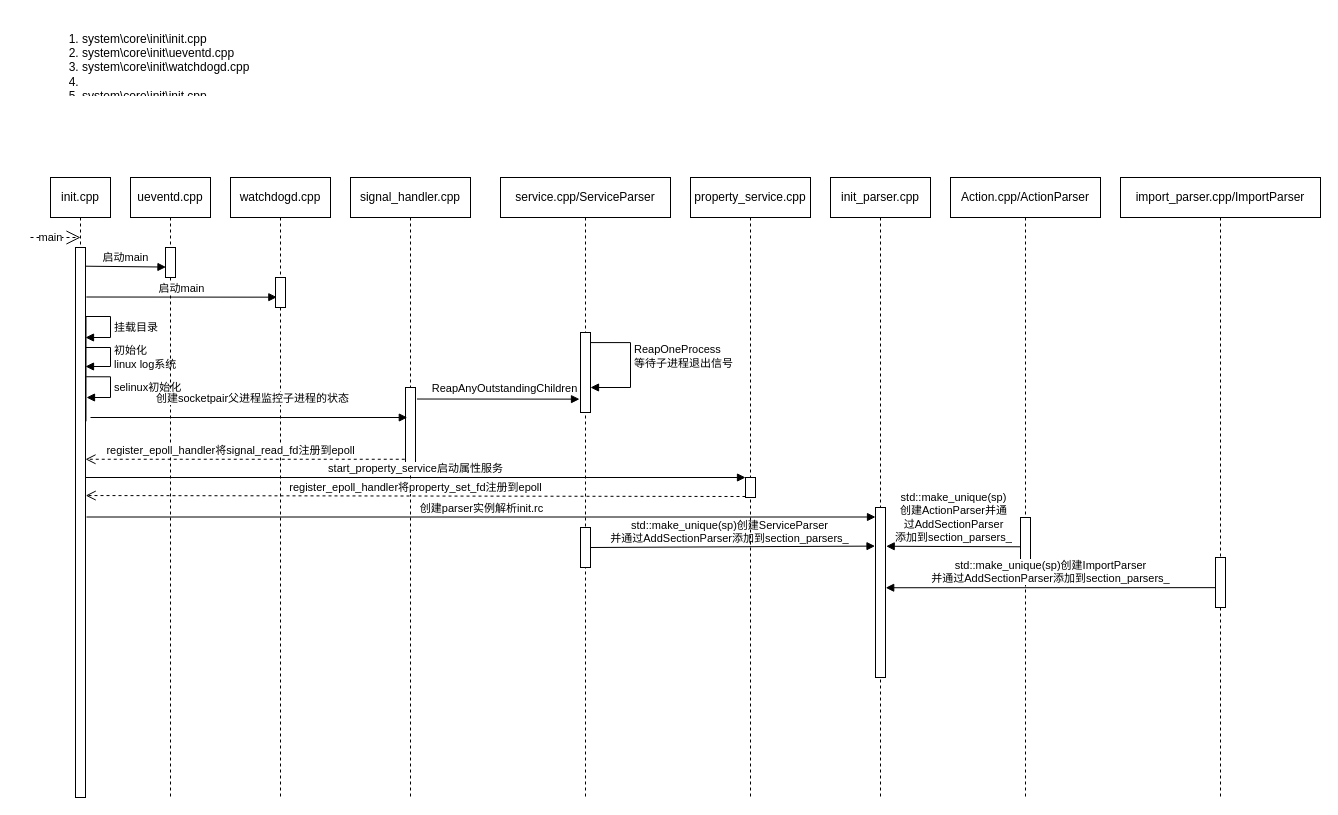
Before: init时序图_1.drawio in MUtopia2747/chart, a draw.io diagram. Source tidied: cells renumbered, new cells numbered last; positions are measured from the earlier drawing's top-left corner, leaving out a move shared by most shapes. Both pictures are drawn from the tidied source at 100%, with x=0, y=0 at pixel (30, 17).
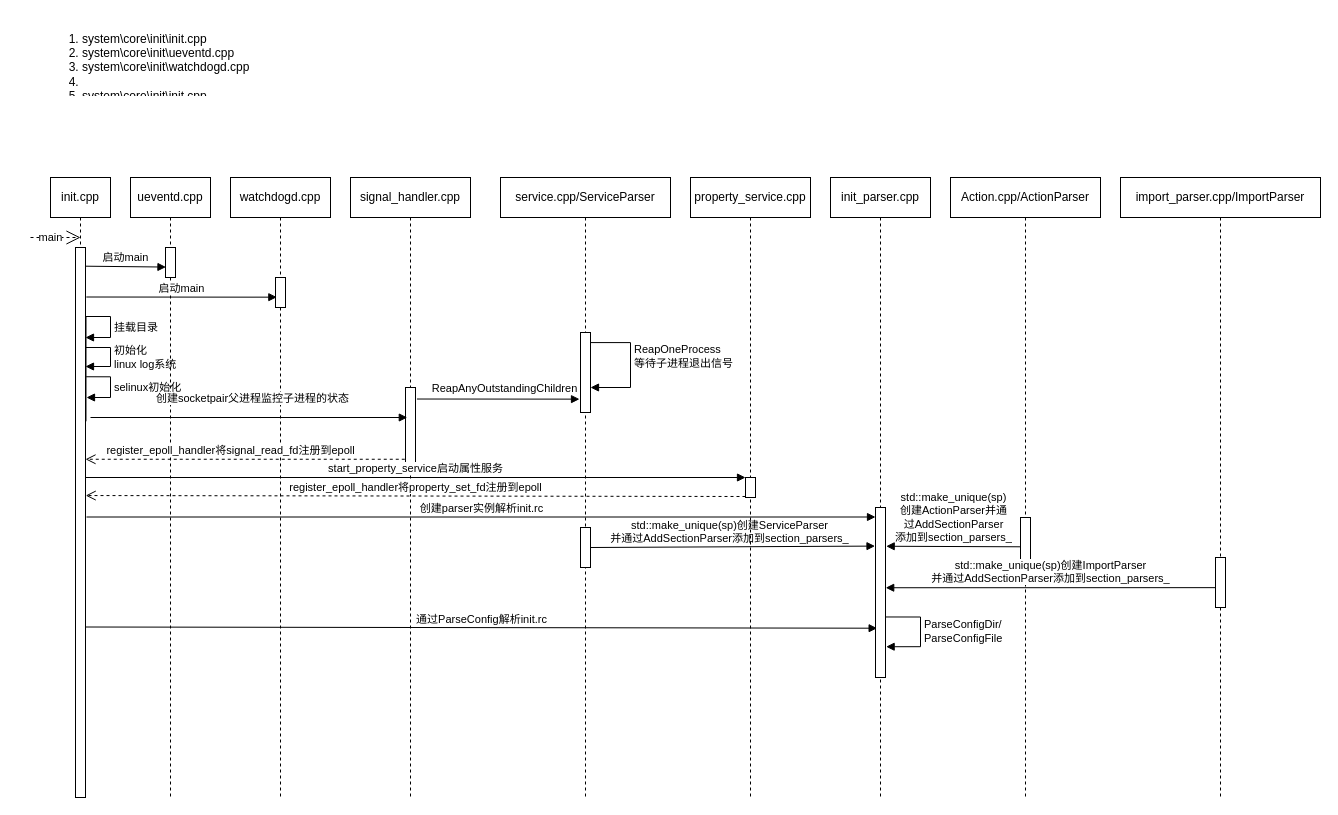
The same diagram, later.

Commit message:
更新init时序图2

Unchanged cells that the change refers to:
```xml
<mxCell id="4" style="html=1;points=[];perimeter=orthogonalPerimeter;" parent="3" vertex="1">
  <mxGeometry x="25" y="70" width="10" height="550" as="geometry" />
</mxCell>
<mxCell id="30" value="init_parser.cpp" style="shape=umlLifeline;perimeter=lifelinePerimeter;whiteSpace=wrap;html=1;" parent="1" vertex="1">
  <mxGeometry x="800" y="160" width="100" height="620" as="geometry" />
</mxCell>
<mxCell id="31" style="html=1;points=[];perimeter=orthogonalPerimeter;" parent="30" vertex="1">
  <mxGeometry x="45" y="330" width="10" height="170" as="geometry" />
</mxCell>
```

What changed in the source:
```diff
@@
+    <mxCell id="39" value="ParseConfigDir/&lt;br&gt;&lt;span style=&quot;font-size: 11px;&quot;&gt;ParseConfigFile&lt;/span&gt;" style="edgeStyle=orthogonalEdgeStyle;html=1;align=left;spacingLeft=2;endArrow=block;rounded=0;exitX=1.017;exitY=0.644;exitDx=0;exitDy=0;exitPerimeter=0;entryX=1.065;entryY=0.819;entryDx=0;entryDy=0;entryPerimeter=0;" parent="30" edge="1" source="31" target="31">
+      <mxGeometry relative="1" as="geometry">
+        <Array as="points">
+          <mxPoint x="90" y="439" />
+          <mxPoint x="90" y="470" />
+          <mxPoint x="56" y="470" />
+        </Array>
+      </mxGeometry>
+    </mxCell>
@@
+    <mxCell id="40" value="通过ParseConfig解析init.rc" style="html=1;verticalAlign=bottom;endArrow=block;rounded=0;entryX=0.163;entryY=0.71;entryDx=0;entryDy=0;entryPerimeter=0;exitX=0.981;exitY=0.69;exitDx=0;exitDy=0;exitPerimeter=0;" parent="1" edge="1" source="4" target="31">
+      <mxGeometry y="-1" relative="1" as="geometry" />
+    </mxCell>
```
